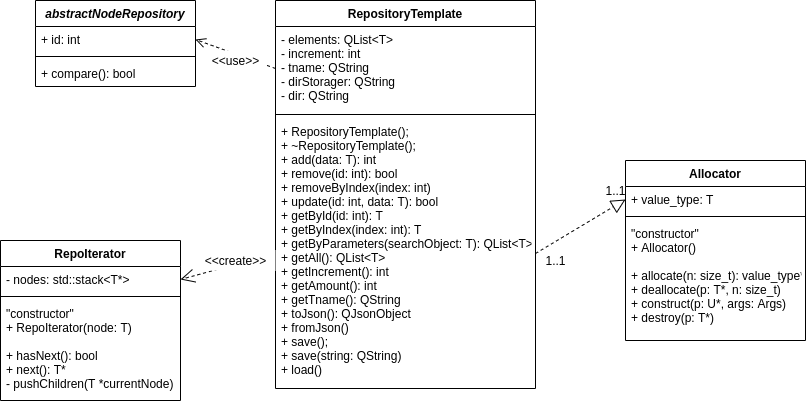
Above: docs/iterator, allocator.png in valeriefuerte/ScheduleMultipartiteGraph (draw.io), before the change. Source tidied: cells renumbered, new cells last; positions are measured from the earlier drawing's top-left corner, leaving out a move shared by most shapes. Its diagram source:
```xml
<mxGraphModel>
  <root>
    <mxCell id="0" />
    <mxCell id="1" parent="0" />
    <mxCell id="2" value="RepoIterator" style="swimlane;fontStyle=1;align=center;verticalAlign=top;horizontal=1;startSize=26;" parent="1" vertex="1">
      <mxGeometry y="240" width="180" height="160" as="geometry" />
    </mxCell>
    <mxCell id="3" value="- nodes: std::stack&lt;T*&gt;" style="text;strokeColor=none;fillColor=none;align=left;verticalAlign=top;spacingLeft=4;spacingRight=4;overflow=hidden;points=[[0,0.5],[1,0.5]];portConstraint=eastwest;" parent="2" vertex="1">
      <mxGeometry y="26" width="180" height="26" as="geometry" />
    </mxCell>
    <mxCell id="4" style="line;strokeWidth=1;fillColor=none;align=left;verticalAlign=middle;spacingTop=-1;spacingLeft=3;spacingRight=3;labelPosition=right;" parent="2" vertex="1">
      <mxGeometry y="52" width="180" height="8" as="geometry" />
    </mxCell>
    <mxCell id="5" value="&quot;constructor&quot;&#10;+ RepoIterator(node: T)&#10;&#10;+ hasNext(): bool&#10;+ next(): T*&#10;- pushChildren(T *currentNode)" style="text;strokeColor=none;fillColor=none;align=left;verticalAlign=top;spacingLeft=4;spacingRight=4;overflow=hidden;" parent="2" vertex="1">
      <mxGeometry y="60" width="180" height="100" as="geometry" />
    </mxCell>
    <mxCell id="6" style="endArrow=open;dashed=1;endFill=0;endSize=12;html=1;entryX=1;entryY=0.5;entryDx=0;entryDy=0;exitX=0;exitY=0.5;exitDx=0;exitDy=0;" parent="1" edge="1" source="18" target="3">
      <mxGeometry relative="1" as="geometry" />
    </mxCell>
    <mxCell id="7" style="endArrow=block;dashed=1;endFill=0;endSize=12;html=1;entryX=0;entryY=0.5;entryDx=0;entryDy=0;exitX=1;exitY=0.5;exitDx=0;exitDy=0;" parent="1" edge="1" source="18" target="20">
      <mxGeometry relative="1" as="geometry" />
    </mxCell>
    <mxCell id="8" value="1..1" style="text;html=1;align=center;verticalAlign=middle;" parent="1" vertex="1">
      <mxGeometry x="595" y="180" width="40" height="20" as="geometry" />
    </mxCell>
    <mxCell id="9" value="1..1" style="text;html=1;align=center;verticalAlign=middle;" parent="1" vertex="1">
      <mxGeometry x="535" y="250" width="40" height="20" as="geometry" />
    </mxCell>
    <mxCell id="10" value="abstractNodeRepository" style="swimlane;fontStyle=3;align=center;verticalAlign=top;horizontal=1;startSize=26;" parent="1" vertex="1">
      <mxGeometry x="35" width="160" height="86" as="geometry" />
    </mxCell>
    <mxCell id="11" value="+ id: int" style="text;strokeColor=none;fillColor=none;align=left;verticalAlign=top;spacingLeft=4;spacingRight=4;overflow=hidden;points=[[0,0.5],[1,0.5]];portConstraint=eastwest;" parent="10" vertex="1">
      <mxGeometry y="26" width="160" height="26" as="geometry" />
    </mxCell>
    <mxCell id="12" style="line;strokeWidth=1;fillColor=none;align=left;verticalAlign=middle;spacingTop=-1;spacingLeft=3;spacingRight=3;labelPosition=right;" parent="10" vertex="1">
      <mxGeometry y="52" width="160" height="8" as="geometry" />
    </mxCell>
    <mxCell id="13" value="+ compare(): bool" style="text;strokeColor=none;fillColor=none;align=left;verticalAlign=top;spacingLeft=4;spacingRight=4;overflow=hidden;" parent="10" vertex="1">
      <mxGeometry y="60" width="160" height="26" as="geometry" />
    </mxCell>
    <mxCell id="14" style="html=1;verticalAlign=bottom;endArrow=open;dashed=1;endSize=8;exitX=0;exitY=0.5;exitDx=0;exitDy=0;entryX=1;entryY=0.5;entryDx=0;entryDy=0;" parent="1" edge="1" source="16" target="11">
      <mxGeometry relative="1" as="geometry" />
    </mxCell>
    <mxCell id="15" value="RepositoryTemplate" style="swimlane;fontStyle=1;align=center;verticalAlign=top;horizontal=1;startSize=26;" parent="1" vertex="1">
      <mxGeometry x="275" width="260" height="388" as="geometry" />
    </mxCell>
    <mxCell id="16" value="- elements: QList&lt;T&gt; &#10;- increment: int&#10;- tname: QString&#10;- dirStorager: QString&#10;- dir: QString" style="text;strokeColor=none;fillColor=none;align=left;verticalAlign=top;spacingLeft=4;spacingRight=4;overflow=hidden;points=[[0,0.5],[1,0.5]];portConstraint=eastwest;" parent="15" vertex="1">
      <mxGeometry y="26" width="260" height="84" as="geometry" />
    </mxCell>
    <mxCell id="17" style="line;strokeWidth=1;fillColor=none;align=left;verticalAlign=middle;spacingTop=-1;spacingLeft=3;spacingRight=3;labelPosition=right;" parent="15" vertex="1">
      <mxGeometry y="110" width="260" height="8" as="geometry" />
    </mxCell>
    <mxCell id="18" value="+ RepositoryTemplate();&#10;+ ~RepositoryTemplate();&#10;+ add(data: T): int&#10;+ remove(id: int): bool&#10;+ removeByIndex(index: int)&#10;+ update(id: int, data: T): bool&#10;+ getById(id: int): T&#10;+ getByIndex(index: int): T&#10;+ getByParameters(searchObject: T): QList&lt;T&gt;&#10;+ getAll(): QList&lt;T&gt; &#10;+ getIncrement(): int&#10;+ getAmount(): int&#10;+ getTname(): QString&#10;+ toJson(): QJsonObject&#10;+ fromJson()&#10;+ save();&#10;+ save(string: QString)&#10;+ load()" style="text;strokeColor=none;fillColor=none;align=left;verticalAlign=top;spacingLeft=4;spacingRight=4;overflow=hidden;points=[[0,0.5],[1,0.5]];portConstraint=eastwest;" parent="15" vertex="1">
      <mxGeometry y="118" width="260" height="270" as="geometry" />
    </mxCell>
    <mxCell id="19" value="Allocator" style="swimlane;fontStyle=1;align=center;verticalAlign=top;horizontal=1;startSize=26;" parent="1" vertex="1">
      <mxGeometry x="625" y="160" width="180" height="180" as="geometry" />
    </mxCell>
    <mxCell id="20" value="+ value_type: T" style="text;strokeColor=none;fillColor=none;align=left;verticalAlign=top;spacingLeft=4;spacingRight=4;overflow=hidden;points=[[0,0.5],[1,0.5]];portConstraint=eastwest;" parent="19" vertex="1">
      <mxGeometry y="26" width="180" height="26" as="geometry" />
    </mxCell>
    <mxCell id="21" style="line;strokeWidth=1;fillColor=none;align=left;verticalAlign=middle;spacingTop=-1;spacingLeft=3;spacingRight=3;labelPosition=right;" parent="19" vertex="1">
      <mxGeometry y="52" width="180" height="8" as="geometry" />
    </mxCell>
    <mxCell id="22" value="&quot;constructor&quot;&#10;+ Allocator()&#10;&#10;+ allocate(n: size_t): value_type*&#10;+ deallocate(p: T*, n: size_t)&#10;+ construct(p: U*, args: Args)&#10;+ destroy(p: T*)" style="text;strokeColor=none;fillColor=none;align=left;verticalAlign=top;spacingLeft=4;spacingRight=4;overflow=hidden;points=[[0,0.5],[1,0.5]];portConstraint=eastwest;" parent="19" vertex="1">
      <mxGeometry y="60" width="180" height="120" as="geometry" />
    </mxCell>
    <mxCell id="23" value="&amp;lt;&amp;lt;use&amp;gt;&amp;gt;" style="text;html=1;align=center;verticalAlign=middle;fillColor=#ffffff;" parent="1" vertex="1">
      <mxGeometry x="205" y="50" width="60" height="20" as="geometry" />
    </mxCell>
    <mxCell id="24" value="&amp;lt;&amp;lt;create&amp;gt;&amp;gt;" style="text;html=1;align=center;verticalAlign=middle;fillColor=#ffffff;" parent="1" vertex="1">
      <mxGeometry x="195" y="250" width="80" height="20" as="geometry" />
    </mxCell>
  </root>
</mxGraphModel>
```
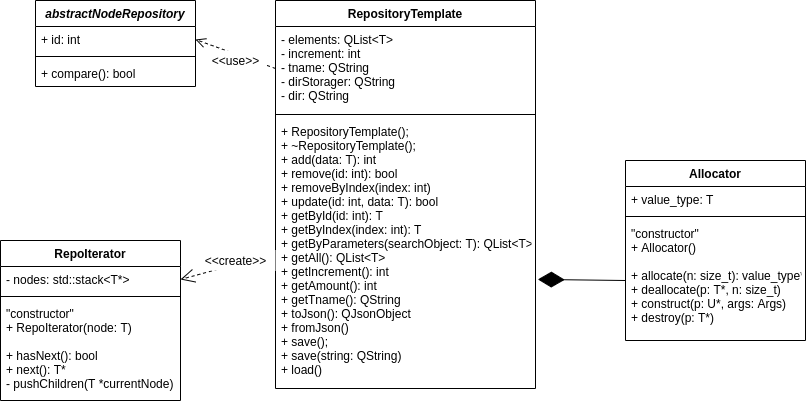
After the commit.

What changed in the source:
```diff
@@ -17,15 +17,6 @@
     <mxCell id="6" style="endArrow=open;dashed=1;endFill=0;endSize=12;html=1;entryX=1;entryY=0.5;entryDx=0;entryDy=0;exitX=0;exitY=0.5;exitDx=0;exitDy=0;" parent="1" edge="1" source="18" target="3">
       <mxGeometry relative="1" as="geometry" />
     </mxCell>
-    <mxCell id="7" style="endArrow=block;dashed=1;endFill=0;endSize=12;html=1;entryX=0;entryY=0.5;entryDx=0;entryDy=0;exitX=1;exitY=0.5;exitDx=0;exitDy=0;" parent="1" edge="1" source="18" target="20">
-      <mxGeometry relative="1" as="geometry" />
-    </mxCell>
-    <mxCell id="8" value="1..1" style="text;html=1;align=center;verticalAlign=middle;" parent="1" vertex="1">
-      <mxGeometry x="595" y="180" width="40" height="20" as="geometry" />
-    </mxCell>
-    <mxCell id="9" value="1..1" style="text;html=1;align=center;verticalAlign=middle;" parent="1" vertex="1">
-      <mxGeometry x="535" y="250" width="40" height="20" as="geometry" />
-    </mxCell>
     <mxCell id="10" value="abstractNodeRepository" style="swimlane;fontStyle=3;align=center;verticalAlign=top;horizontal=1;startSize=26;" parent="1" vertex="1">
       <mxGeometry x="35" width="160" height="86" as="geometry" />
     </mxCell>
@@ -71,5 +62,8 @@
     <mxCell id="24" value="&amp;lt;&amp;lt;create&amp;gt;&amp;gt;" style="text;html=1;align=center;verticalAlign=middle;fillColor=#ffffff;" parent="1" vertex="1">
       <mxGeometry x="195" y="250" width="80" height="20" as="geometry" />
     </mxCell>
+    <mxCell id="25" style="endArrow=diamondThin;endFill=1;endSize=24;html=1;entryX=1.009;entryY=0.596;entryDx=0;entryDy=0;exitX=0;exitY=0.5;exitDx=0;exitDy=0;entryPerimeter=0;" parent="1" edge="1" source="22" target="18">
+      <mxGeometry relative="1" as="geometry" />
+    </mxCell>
   </root>
 </mxGraphModel>
```
